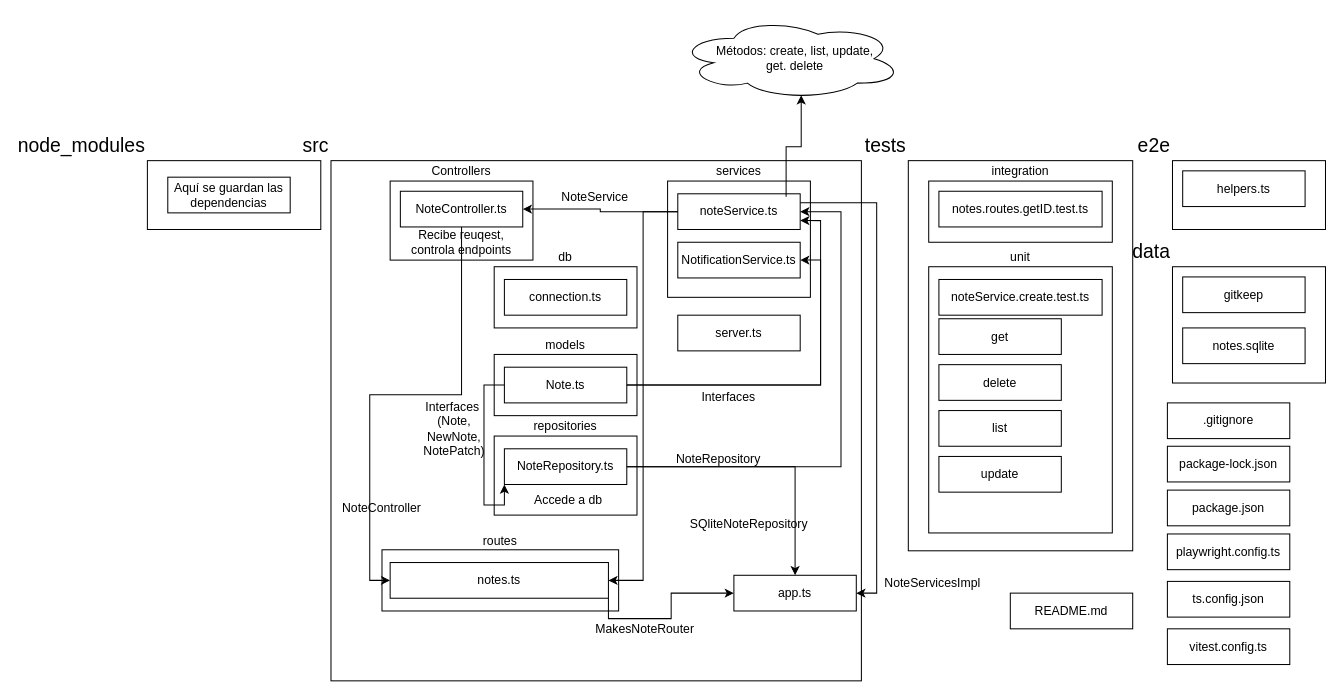
The draw.io diagram TP2-ProgIV.drawio in Matiaslegon/diagramas-TUP, before the edit. Source tidied: cells renumbered, new cells numbered last; positions are measured from the earlier drawing's top-left corner, leaving out a move shared by most shapes. Both pictures are drawn from the tidied source at 102%, with x=0, y=0 at pixel (147, 17).
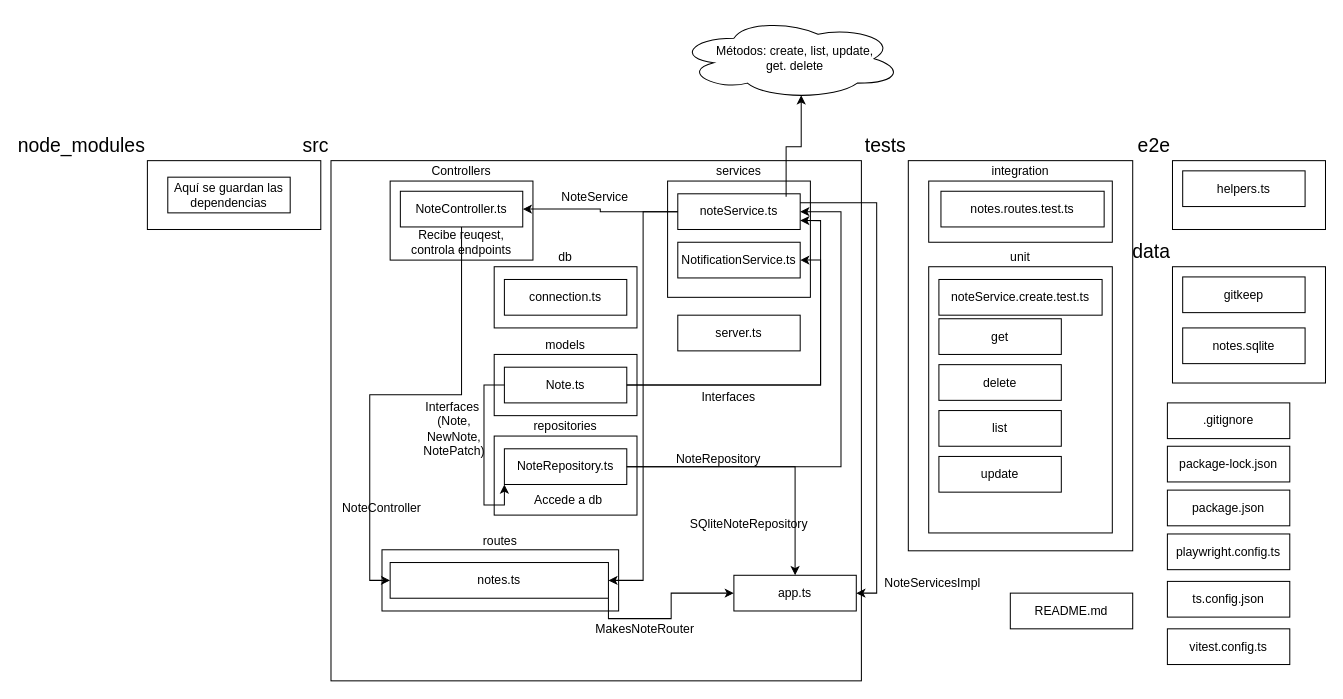
After the change.

The edit, as a diff of the source:
```diff
@@
-    <mxCell id="21" value="notes.routes.getID.test.ts" style="rounded=0;whiteSpace=wrap;html=1;" parent="1" vertex="1">
-      <mxGeometry x="776" y="170" width="160" height="35" as="geometry" />
+    <mxCell id="21" value="notes.routes.test.ts" style="rounded=0;whiteSpace=wrap;html=1;" parent="1" vertex="1">
+      <mxGeometry x="778" y="170" width="160" height="35" as="geometry" />
     </mxCell>
```
